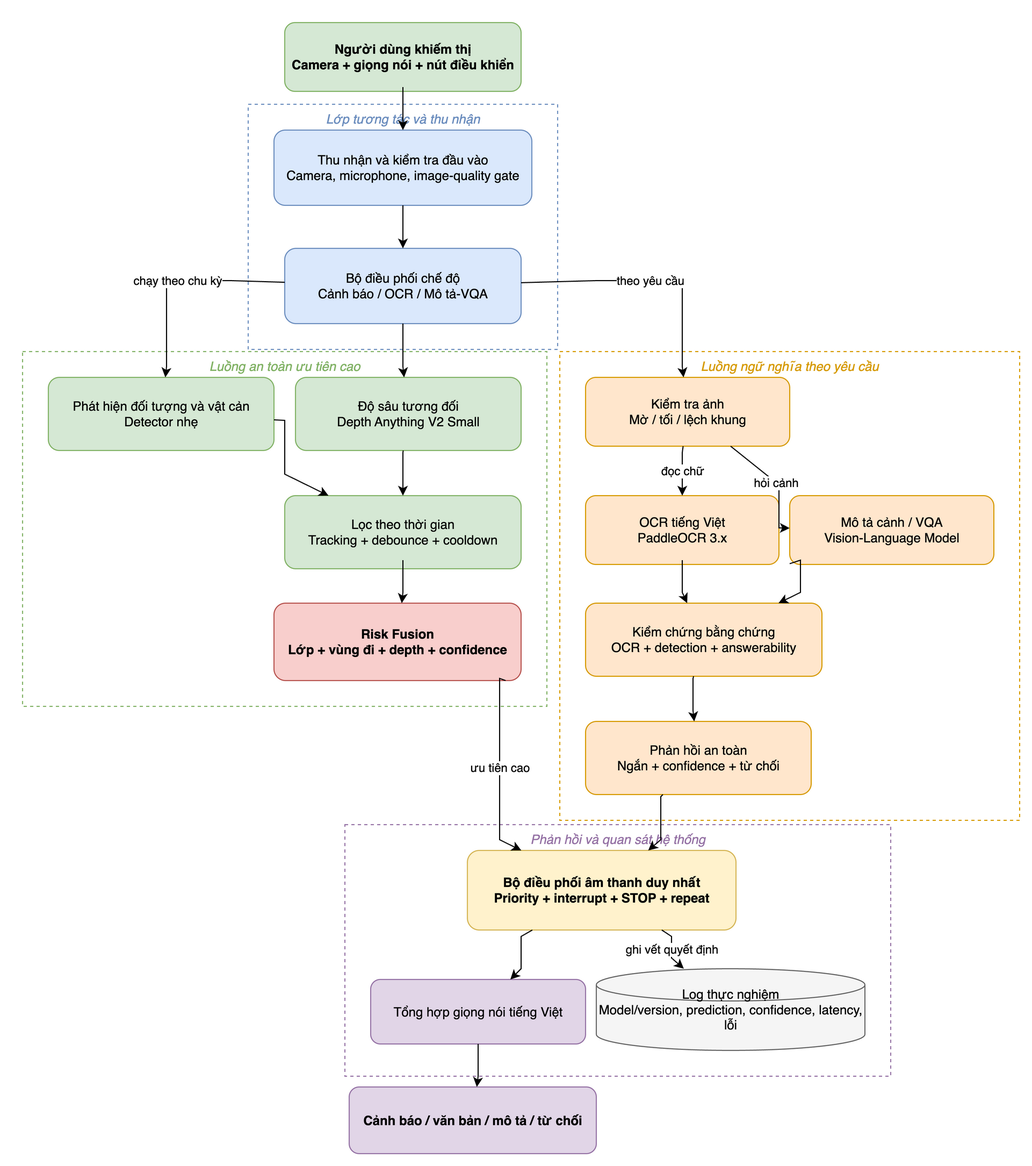
Before: docs/design/architecture.png, a diagram exported from draw.io (lqmnhat13/SecondEye-Project). Source tidied: cells renumbered, new cells last; positions are measured from the earlier drawing's top-left corner, leaving out a move shared by most shapes.
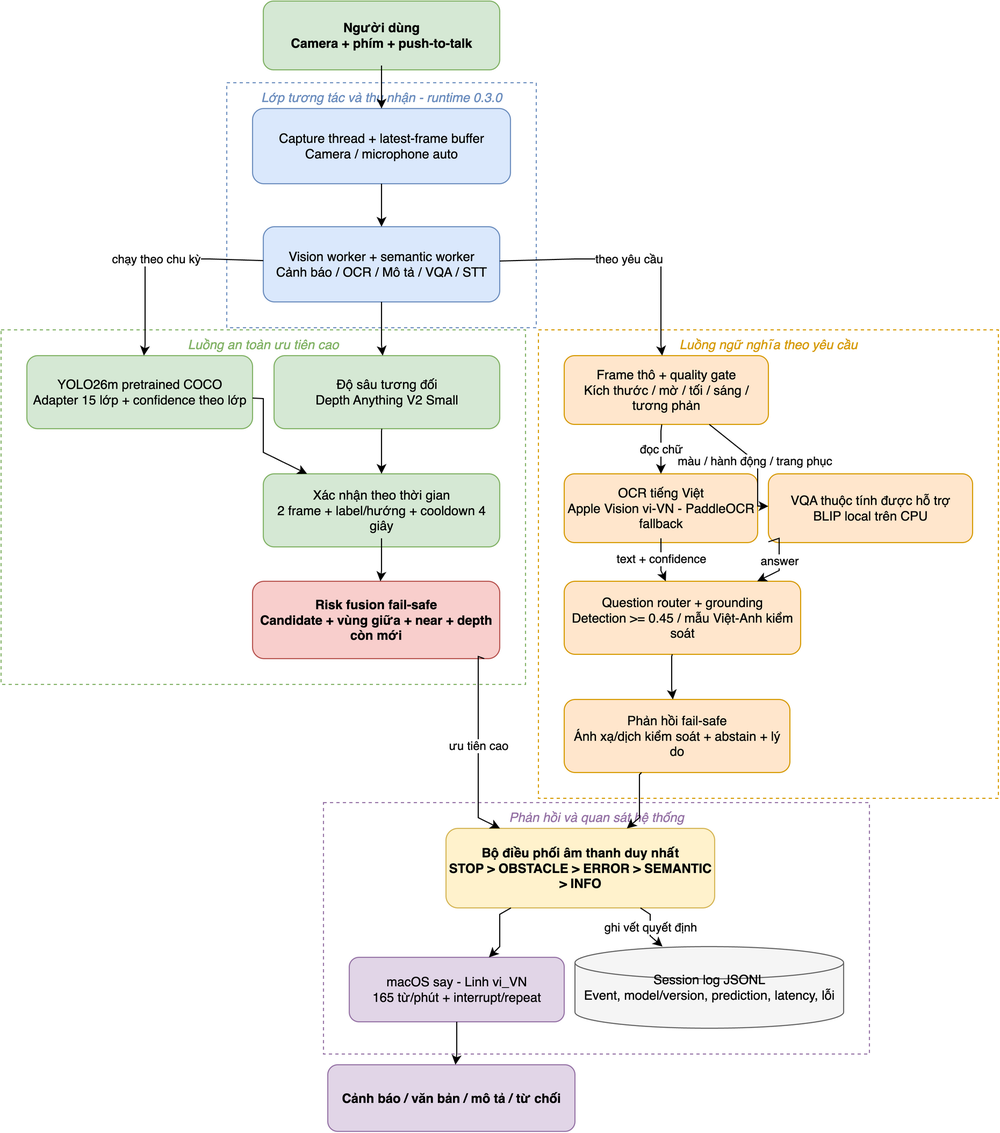
The same file after the commit.

Change to the diagram source:
```diff
@@ -2,7 +2,7 @@
   <root>
     <mxCell id="0" />
     <mxCell id="1" parent="0" />
-    <mxCell id="2" value="Lớp tương tác và thu nhận" style="rounded=0;whiteSpace=wrap;html=1;fillColor=none;strokeColor=#6c8ebf;fontColor=#6c8ebf;verticalAlign=top;fontStyle=2;dashed=1;" parent="1" vertex="1">
+    <mxCell id="2" value="Lớp tương tác và thu nhận - runtime 0.3.0" style="rounded=0;whiteSpace=wrap;html=1;fillColor=none;strokeColor=#6c8ebf;fontColor=#6c8ebf;verticalAlign=top;fontStyle=2;dashed=1;" parent="1" vertex="1">
       <mxGeometry x="210" y="76" width="288" height="228" as="geometry" />
     </mxCell>
     <mxCell id="3" value="Phản hồi và quan sát hệ thống" style="rounded=0;whiteSpace=wrap;html=1;fillColor=none;strokeColor=#9673a6;fontColor=#9673a6;verticalAlign=top;fontStyle=2;dashed=1;" parent="1" vertex="1">
@@ -14,49 +14,49 @@
     <mxCell id="5" value="Luồng ngữ nghĩa theo yêu cầu" style="rounded=0;whiteSpace=wrap;html=1;fillColor=none;strokeColor=#d79b00;fontColor=#d79b00;verticalAlign=top;fontStyle=2;dashed=1;" parent="1" vertex="1">
       <mxGeometry x="500" y="306" width="428" height="436" as="geometry" />
     </mxCell>
-    <mxCell id="6" value="Người dùng khiếm thị&#10;Camera + giọng nói + nút điều khiển" style="rounded=1;whiteSpace=wrap;html=1;fillColor=#d5e8d4;strokeColor=#82b366;fontStyle=1;" parent="1" vertex="1">
+    <mxCell id="6" value="Người dùng&#10;Camera + phím + push-to-talk" style="rounded=1;whiteSpace=wrap;html=1;fillColor=#d5e8d4;strokeColor=#82b366;fontStyle=1;" parent="1" vertex="1">
       <mxGeometry x="244" width="220" height="64" as="geometry" />
     </mxCell>
-    <mxCell id="7" value="Thu nhận và kiểm tra đầu vào&#10;Camera, microphone, image-quality gate" style="rounded=1;whiteSpace=wrap;html=1;fillColor=#dae8fc;strokeColor=#6c8ebf;" parent="2" vertex="1">
+    <mxCell id="7" value="Capture thread + latest-frame buffer&#10;Camera / microphone auto" style="rounded=1;whiteSpace=wrap;html=1;fillColor=#dae8fc;strokeColor=#6c8ebf;" parent="2" vertex="1">
       <mxGeometry x="24" y="24" width="240" height="70" as="geometry" />
     </mxCell>
-    <mxCell id="8" value="Bộ điều phối chế độ&#10;Cảnh báo / OCR / Mô tả-VQA" style="rounded=1;whiteSpace=wrap;html=1;fillColor=#dae8fc;strokeColor=#6c8ebf;" parent="2" vertex="1">
+    <mxCell id="8" value="Vision worker + semantic worker&#10;Cảnh báo / OCR / Mô tả / VQA / STT" style="rounded=1;whiteSpace=wrap;html=1;fillColor=#dae8fc;strokeColor=#6c8ebf;" parent="2" vertex="1">
       <mxGeometry x="34" y="134" width="220" height="70" as="geometry" />
     </mxCell>
-    <mxCell id="9" value="Phát hiện đối tượng và vật cản&#10;Detector nhẹ" style="rounded=1;whiteSpace=wrap;html=1;fillColor=#d5e8d4;strokeColor=#82b366;" parent="4" vertex="1">
+    <mxCell id="9" value="YOLO26m pretrained COCO&#10;Adapter 15 lớp + confidence theo lớp" style="rounded=1;whiteSpace=wrap;html=1;fillColor=#d5e8d4;strokeColor=#82b366;" parent="4" vertex="1">
       <mxGeometry x="24" y="24" width="210" height="68" as="geometry" />
     </mxCell>
     <mxCell id="10" value="Độ sâu tương đối&#10;Depth Anything V2 Small" style="rounded=1;whiteSpace=wrap;html=1;fillColor=#d5e8d4;strokeColor=#82b366;" parent="4" vertex="1">
       <mxGeometry x="254" y="24" width="210" height="68" as="geometry" />
     </mxCell>
-    <mxCell id="11" value="Lọc theo thời gian&#10;Tracking + debounce + cooldown" style="rounded=1;whiteSpace=wrap;html=1;fillColor=#d5e8d4;strokeColor=#82b366;" parent="4" vertex="1">
+    <mxCell id="11" value="Xác nhận theo thời gian&#10;2 frame + label/hướng + cooldown 4 giây" style="rounded=1;whiteSpace=wrap;html=1;fillColor=#d5e8d4;strokeColor=#82b366;" parent="4" vertex="1">
       <mxGeometry x="244" y="134" width="220" height="68" as="geometry" />
     </mxCell>
-    <mxCell id="12" value="Risk Fusion&#10;Lớp + vùng đi + depth + confidence" style="rounded=1;whiteSpace=wrap;html=1;fillColor=#f8cecc;strokeColor=#b85450;fontStyle=1;" parent="4" vertex="1">
+    <mxCell id="12" value="Risk fusion fail-safe&#10;Candidate + vùng giữa + near + depth còn mới" style="rounded=1;whiteSpace=wrap;html=1;fillColor=#f8cecc;strokeColor=#b85450;fontStyle=1;" parent="4" vertex="1">
       <mxGeometry x="234" y="234" width="230" height="72" as="geometry" />
     </mxCell>
-    <mxCell id="13" value="Kiểm tra ảnh&#10;Mờ / tối / lệch khung" style="rounded=1;whiteSpace=wrap;html=1;fillColor=#ffe6cc;strokeColor=#d79b00;" parent="5" vertex="1">
+    <mxCell id="13" value="Frame thô + quality gate&#10;Kích thước / mờ / tối / sáng / tương phản" style="rounded=1;whiteSpace=wrap;html=1;fillColor=#ffe6cc;strokeColor=#d79b00;" parent="5" vertex="1">
       <mxGeometry x="24" y="24" width="190" height="64" as="geometry" />
     </mxCell>
-    <mxCell id="14" value="OCR tiếng Việt&#10;PaddleOCR 3.x" style="rounded=1;whiteSpace=wrap;html=1;fillColor=#ffe6cc;strokeColor=#d79b00;" parent="5" vertex="1">
+    <mxCell id="14" value="OCR tiếng Việt&#10;Apple Vision vi-VN - PaddleOCR fallback" style="rounded=1;whiteSpace=wrap;html=1;fillColor=#ffe6cc;strokeColor=#d79b00;" parent="5" vertex="1">
       <mxGeometry x="24" y="134" width="180" height="64" as="geometry" />
     </mxCell>
-    <mxCell id="15" value="Mô tả cảnh / VQA&#10;Vision-Language Model" style="rounded=1;whiteSpace=wrap;html=1;fillColor=#ffe6cc;strokeColor=#d79b00;" parent="5" vertex="1">
+    <mxCell id="15" value="VQA thuộc tính được hỗ trợ&#10;BLIP local trên CPU" style="rounded=1;whiteSpace=wrap;html=1;fillColor=#ffe6cc;strokeColor=#d79b00;" parent="5" vertex="1">
       <mxGeometry x="214" y="134" width="190" height="64" as="geometry" />
     </mxCell>
-    <mxCell id="16" value="Kiểm chứng bằng chứng&#10;OCR + detection + answerability" style="rounded=1;whiteSpace=wrap;html=1;fillColor=#ffe6cc;strokeColor=#d79b00;" parent="5" vertex="1">
+    <mxCell id="16" value="Question router + grounding&#10;Detection &gt;= 0.45 / mẫu Việt-Anh kiểm soát" style="rounded=1;whiteSpace=wrap;html=1;fillColor=#ffe6cc;strokeColor=#d79b00;" parent="5" vertex="1">
       <mxGeometry x="24" y="234" width="220" height="68" as="geometry" />
     </mxCell>
-    <mxCell id="17" value="Phản hồi an toàn&#10;Ngắn + confidence + từ chối" style="rounded=1;whiteSpace=wrap;html=1;fillColor=#ffe6cc;strokeColor=#d79b00;" parent="5" vertex="1">
+    <mxCell id="17" value="Phản hồi fail-safe&#10;Ánh xạ/dịch kiểm soát + abstain + lý do" style="rounded=1;whiteSpace=wrap;html=1;fillColor=#ffe6cc;strokeColor=#d79b00;" parent="5" vertex="1">
       <mxGeometry x="24" y="344" width="210" height="68" as="geometry" />
     </mxCell>
-    <mxCell id="18" value="Bộ điều phối âm thanh duy nhất&#10;Priority + interrupt + STOP + repeat" style="rounded=1;whiteSpace=wrap;html=1;fillColor=#fff2cc;strokeColor=#d6b656;fontStyle=1;" parent="3" vertex="1">
+    <mxCell id="18" value="Bộ điều phối âm thanh duy nhất&#10;STOP &gt; OBSTACLE &gt; ERROR &gt; SEMANTIC &gt; INFO" style="rounded=1;whiteSpace=wrap;html=1;fillColor=#fff2cc;strokeColor=#d6b656;fontStyle=1;" parent="3" vertex="1">
       <mxGeometry x="114" y="24" width="250" height="74" as="geometry" />
     </mxCell>
-    <mxCell id="19" value="Tổng hợp giọng nói tiếng Việt" style="rounded=1;whiteSpace=wrap;html=1;fillColor=#e1d5e7;strokeColor=#9673a6;" parent="3" vertex="1">
+    <mxCell id="19" value="macOS say - Linh vi_VN&#10;165 từ/phút + interrupt/repeat" style="rounded=1;whiteSpace=wrap;html=1;fillColor=#e1d5e7;strokeColor=#9673a6;" parent="3" vertex="1">
       <mxGeometry x="24" y="144" width="200" height="60" as="geometry" />
     </mxCell>
-    <mxCell id="20" value="Log thực nghiệm&#10;Model/version, prediction, confidence, latency, lỗi" style="shape=cylinder3;whiteSpace=wrap;html=1;fillColor=#f5f5f5;strokeColor=#666666;" parent="3" vertex="1">
+    <mxCell id="20" value="Session log JSONL&#10;Event, model/version, prediction, latency, lỗi" style="shape=cylinder3;whiteSpace=wrap;html=1;fillColor=#f5f5f5;strokeColor=#666666;" parent="3" vertex="1">
       <mxGeometry x="234" y="134" width="250" height="76" as="geometry" />
     </mxCell>
     <mxCell id="21" value="Cảnh báo / văn bản / mô tả / từ chối" style="rounded=1;whiteSpace=wrap;html=1;fillColor=#e1d5e7;strokeColor=#9673a6;fontStyle=1;" parent="1" vertex="1">
@@ -143,7 +143,7 @@
         </Array>
       </mxGeometry>
     </mxCell>
-    <mxCell id="31" value="hỏi cảnh" style="html=1;rounded=0;" parent="1" edge="1" source="13" target="15">
+    <mxCell id="31" value="màu / hành động / trang phục" style="html=1;rounded=0;labelBackgroundColor=#ffffff;" parent="1" edge="1" source="13" target="15">
       <mxGeometry relative="1" as="geometry">
         <Array as="points">
           <mxPoint x="704" y="430" />
@@ -154,7 +154,7 @@
         </Array>
       </mxGeometry>
     </mxCell>
-    <mxCell id="32" style="html=1;rounded=0;" parent="1" edge="1" source="14" target="16">
+    <mxCell id="32" value="text + confidence" style="html=1;rounded=0;labelBackgroundColor=#ffffff;" parent="1" edge="1" source="14" target="16">
       <mxGeometry relative="1" as="geometry">
         <Array as="points">
           <mxPoint x="614" y="500" />
@@ -162,7 +162,7 @@
         </Array>
       </mxGeometry>
     </mxCell>
-    <mxCell id="33" style="html=1;rounded=0;" parent="1" edge="1" source="15" target="16">
+    <mxCell id="33" value="answer" style="html=1;rounded=0;labelBackgroundColor=#ffffff;" parent="1" edge="1" source="15" target="16">
       <mxGeometry relative="1" as="geometry">
         <Array as="points">
           <mxPoint x="724" y="500" />
```
